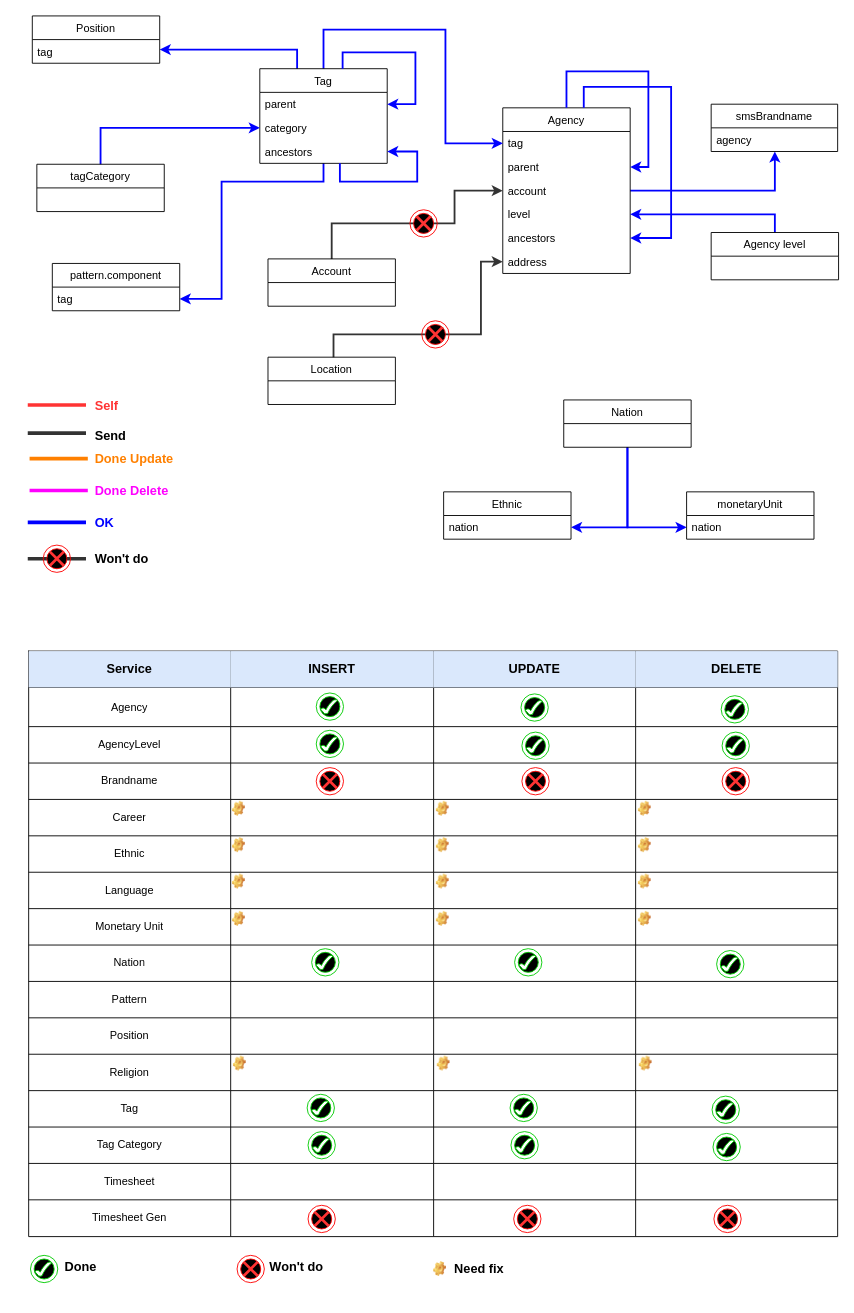
Before: directory.drawio in mitgaming/drawio, a draw.io diagram. Source tidied: cells renumbered, new cells numbered last; positions are measured from the earlier drawing's top-left corner, leaving out a move shared by most shapes. Both pictures are drawn from the tidied source at 91%, with x=0, y=0 at pixel (15, 15).
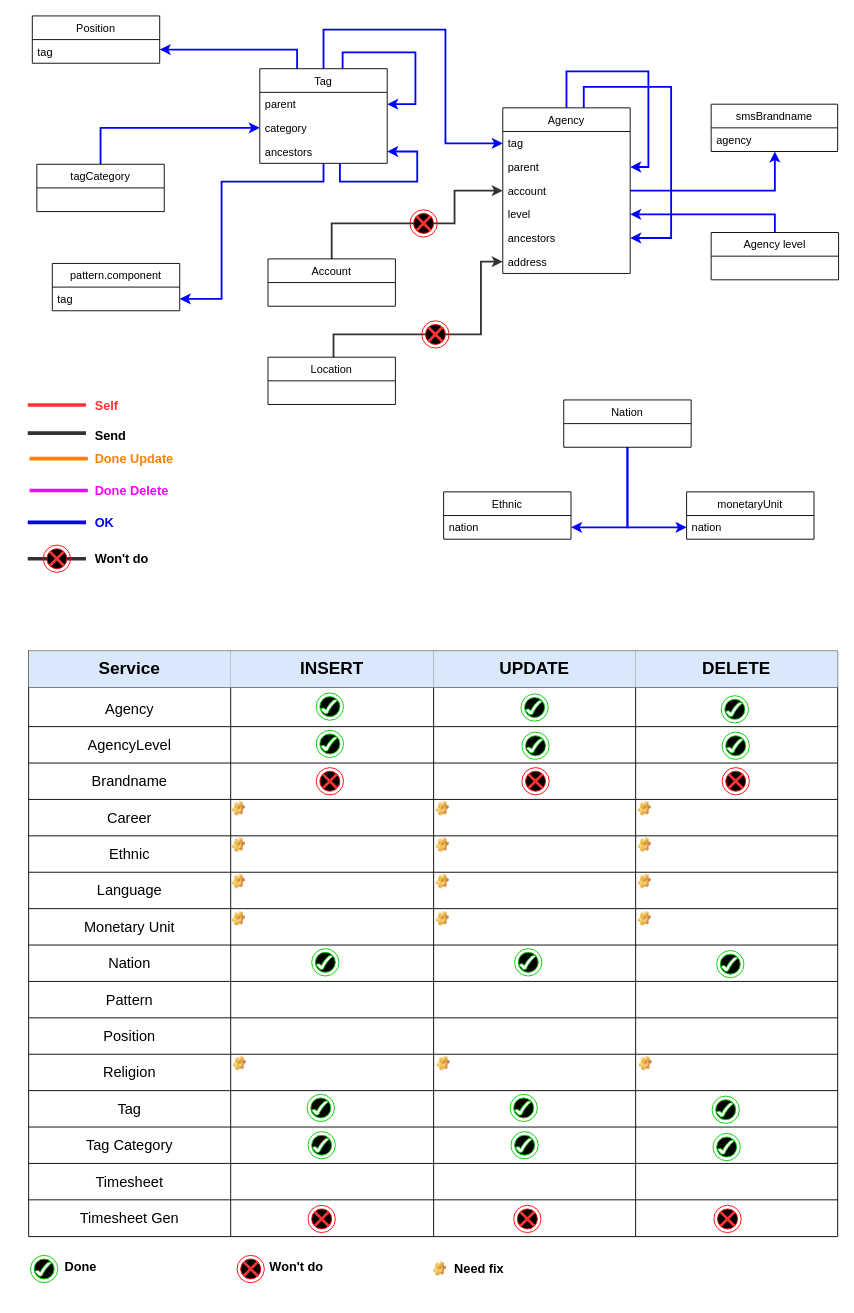
Above is the later version.

Commit message (it also covers changes not shown here):
Cập nhật directory.drawio

Unchanged cells that the change refers to:
```xml
<mxCell id="67" style="shape=partialRectangle;html=1;whiteSpace=wrap;fillColor=none;top=0;left=0;bottom=0;right=0;" parent="66" vertex="1">
  <mxGeometry width="889" height="40" as="geometry" />
</mxCell>
<mxCell id="72" style="shape=partialRectangle;html=1;whiteSpace=wrap;fillColor=none;top=0;left=0;bottom=0;right=0;" parent="66" vertex="1">
  <mxGeometry y="40" width="889" height="43" as="geometry" />
</mxCell>
<mxCell id="77" style="shape=partialRectangle;html=1;whiteSpace=wrap;fillColor=none;top=0;left=0;bottom=0;right=0;" parent="66" vertex="1">
  <mxGeometry y="83" width="889" height="40" as="geometry" />
</mxCell>
<mxCell id="82" style="shape=partialRectangle;html=1;whiteSpace=wrap;fillColor=none;top=0;left=0;bottom=0;right=0;" parent="66" vertex="1">
  <mxGeometry y="123" width="889" height="40" as="geometry" />
</mxCell>
<mxCell id="87" style="shape=partialRectangle;html=1;whiteSpace=wrap;fillColor=none;top=0;left=0;bottom=0;right=0;" parent="66" vertex="1">
  <mxGeometry y="163" width="889" height="40" as="geometry" />
</mxCell>
<mxCell id="92" style="shape=partialRectangle;html=1;whiteSpace=wrap;fillColor=none;top=0;left=0;bottom=0;right=0;" parent="66" vertex="1">
  <mxGeometry y="203" width="889" height="40" as="geometry" />
</mxCell>
<mxCell id="97" style="shape=partialRectangle;html=1;whiteSpace=wrap;fillColor=none;top=0;left=0;bottom=0;right=0;" parent="66" vertex="1">
  <mxGeometry y="243" width="889" height="40" as="geometry" />
</mxCell>
<mxCell id="102" style="shape=partialRectangle;html=1;whiteSpace=wrap;fillColor=none;top=0;left=0;bottom=0;right=0;" parent="66" vertex="1">
  <mxGeometry y="283" width="889" height="40" as="geometry" />
</mxCell>
<mxCell id="107" style="shape=partialRectangle;html=1;whiteSpace=wrap;fillColor=none;top=0;left=0;bottom=0;right=0;" parent="66" vertex="1">
  <mxGeometry y="323" width="889" height="40" as="geometry" />
</mxCell>
<mxCell id="112" style="shape=partialRectangle;html=1;whiteSpace=wrap;fillColor=none;top=0;left=0;bottom=0;right=0;" parent="66" vertex="1">
  <mxGeometry y="363" width="889" height="40" as="geometry" />
</mxCell>
<mxCell id="117" style="shape=partialRectangle;html=1;whiteSpace=wrap;fillColor=none;top=0;left=0;bottom=0;right=0;" parent="66" vertex="1">
  <mxGeometry y="403" width="889" height="40" as="geometry" />
</mxCell>
<mxCell id="122" style="shape=partialRectangle;html=1;whiteSpace=wrap;fillColor=none;top=0;left=0;bottom=0;right=0;" parent="66" vertex="1">
  <mxGeometry y="443" width="889" height="40" as="geometry" />
</mxCell>
<mxCell id="127" style="shape=partialRectangle;html=1;whiteSpace=wrap;fillColor=none;top=0;left=0;bottom=0;right=0;" parent="66" vertex="1">
  <mxGeometry y="483" width="889" height="40" as="geometry" />
</mxCell>
<mxCell id="132" style="shape=partialRectangle;html=1;whiteSpace=wrap;fillColor=none;top=0;left=0;bottom=0;right=0;" parent="66" vertex="1">
  <mxGeometry y="523" width="889" height="40" as="geometry" />
</mxCell>
<mxCell id="137" style="shape=partialRectangle;html=1;whiteSpace=wrap;fillColor=none;top=0;left=0;bottom=0;right=0;" parent="66" vertex="1">
  <mxGeometry y="563" width="889" height="40" as="geometry" />
</mxCell>
<mxCell id="142" style="shape=partialRectangle;html=1;whiteSpace=wrap;fillColor=none;top=0;left=0;bottom=0;right=0;" parent="66" vertex="1">
  <mxGeometry y="603" width="889" height="40" as="geometry" />
</mxCell>
```

The edit, as a diff of the source:
```diff
@@
-    <mxCell id="68" value="Service" style="shape=partialRectangle;html=1;whiteSpace=wrap;overflow=hidden;fillColor=#dae8fc;top=0;left=0;bottom=0;right=0;strokeColor=#6c8ebf;fontStyle=1;fontSize=14;" parent="67" vertex="1">
+    <mxCell id="68" value="Service" style="shape=partialRectangle;html=1;whiteSpace=wrap;overflow=hidden;fillColor=#dae8fc;top=0;left=0;bottom=0;right=0;strokeColor=#6c8ebf;fontStyle=1;fontSize=19;" parent="67" vertex="1">
       <mxGeometry width="222" height="40" as="geometry" />
     </mxCell>
-    <mxCell id="69" value="INSERT" style="shape=partialRectangle;html=1;whiteSpace=wrap;overflow=hidden;fillColor=#dae8fc;top=0;left=0;bottom=0;right=0;strokeColor=#6c8ebf;fontSize=14;fontStyle=1;" parent="67" vertex="1">
+    <mxCell id="69" value="INSERT" style="shape=partialRectangle;html=1;whiteSpace=wrap;overflow=hidden;fillColor=#dae8fc;top=0;left=0;bottom=0;right=0;strokeColor=#6c8ebf;fontSize=19;fontStyle=1;" parent="67" vertex="1">
       <mxGeometry x="222" width="223" height="40" as="geometry" />
     </mxCell>
-    <mxCell id="70" value="UPDATE" style="shape=partialRectangle;html=1;whiteSpace=wrap;overflow=hidden;fillColor=#dae8fc;top=0;left=0;bottom=0;right=0;strokeColor=#6c8ebf;fontStyle=1;fontSize=14;" parent="67" vertex="1">
+    <mxCell id="70" value="UPDATE" style="shape=partialRectangle;html=1;whiteSpace=wrap;overflow=hidden;fillColor=#dae8fc;top=0;left=0;bottom=0;right=0;strokeColor=#6c8ebf;fontStyle=1;fontSize=19;" parent="67" vertex="1">
       <mxGeometry x="445" width="222" height="40" as="geometry" />
     </mxCell>
-    <mxCell id="71" value="DELETE" style="shape=partialRectangle;html=1;whiteSpace=wrap;overflow=hidden;fillColor=#dae8fc;top=0;left=0;bottom=0;right=0;strokeColor=#6c8ebf;fontSize=14;fontStyle=1;" parent="67" vertex="1">
+    <mxCell id="71" value="DELETE" style="shape=partialRectangle;html=1;whiteSpace=wrap;overflow=hidden;fillColor=#dae8fc;top=0;left=0;bottom=0;right=0;strokeColor=#6c8ebf;fontSize=19;fontStyle=1;" parent="67" vertex="1">
       <mxGeometry x="667" width="222" height="40" as="geometry" />
     </mxCell>
@@
-    <mxCell id="73" value="Agency" style="shape=partialRectangle;html=1;whiteSpace=wrap;overflow=hidden;fillColor=none;top=0;left=0;bottom=0;right=0;" parent="72" vertex="1">
+    <mxCell id="73" value="&lt;p&gt;&lt;font style=&quot;font-size: 16px&quot;&gt;Agency&lt;/font&gt;&lt;/p&gt;" style="shape=partialRectangle;html=1;whiteSpace=wrap;overflow=hidden;fillColor=none;top=0;left=0;bottom=0;right=0;" parent="72" vertex="1">
       <mxGeometry width="222" height="43" as="geometry" />
     </mxCell>
@@
-    <mxCell id="78" value="AgencyLevel" style="shape=partialRectangle;html=1;whiteSpace=wrap;overflow=hidden;fillColor=none;top=0;left=0;bottom=0;right=0;" parent="77" vertex="1">
+    <mxCell id="78" value="AgencyLevel" style="shape=partialRectangle;html=1;whiteSpace=wrap;overflow=hidden;fillColor=none;top=0;left=0;bottom=0;right=0;fontSize=16;fontStyle=0;" parent="77" vertex="1">
       <mxGeometry width="222" height="40" as="geometry" />
     </mxCell>
@@
-    <mxCell id="83" value="Brandname" style="shape=partialRectangle;html=1;whiteSpace=wrap;overflow=hidden;fillColor=none;top=0;left=0;bottom=0;right=0;" parent="82" vertex="1">
+    <mxCell id="83" value="Brandname" style="shape=partialRectangle;html=1;whiteSpace=wrap;overflow=hidden;fillColor=none;top=0;left=0;bottom=0;right=0;fontSize=16;fontStyle=0;" parent="82" vertex="1">
       <mxGeometry width="222" height="40" as="geometry" />
     </mxCell>
@@
-    <mxCell id="88" value="Career" style="shape=partialRectangle;html=1;whiteSpace=wrap;overflow=hidden;fillColor=none;top=0;left=0;bottom=0;right=0;" parent="87" vertex="1">
+    <mxCell id="88" value="Career" style="shape=partialRectangle;html=1;whiteSpace=wrap;overflow=hidden;fillColor=none;top=0;left=0;bottom=0;right=0;fontSize=16;fontStyle=0;" parent="87" vertex="1">
       <mxGeometry width="222" height="40" as="geometry" />
     </mxCell>
@@
-    <mxCell id="93" value="Ethnic" style="shape=partialRectangle;html=1;whiteSpace=wrap;overflow=hidden;fillColor=none;top=0;left=0;bottom=0;right=0;" parent="92" vertex="1">
+    <mxCell id="93" value="Ethnic" style="shape=partialRectangle;html=1;whiteSpace=wrap;overflow=hidden;fillColor=none;top=0;left=0;bottom=0;right=0;fontSize=16;fontStyle=0;" parent="92" vertex="1">
       <mxGeometry width="222" height="40" as="geometry" />
     </mxCell>
@@
-    <mxCell id="98" value="Language" style="shape=partialRectangle;html=1;whiteSpace=wrap;overflow=hidden;fillColor=none;top=0;left=0;bottom=0;right=0;" parent="97" vertex="1">
+    <mxCell id="98" value="Language" style="shape=partialRectangle;html=1;whiteSpace=wrap;overflow=hidden;fillColor=none;top=0;left=0;bottom=0;right=0;fontSize=16;fontStyle=0;" parent="97" vertex="1">
       <mxGeometry width="222" height="40" as="geometry" />
     </mxCell>
@@
-    <mxCell id="103" value="Monetary Unit" style="shape=partialRectangle;html=1;whiteSpace=wrap;overflow=hidden;fillColor=none;top=0;left=0;bottom=0;right=0;" parent="102" vertex="1">
+    <mxCell id="103" value="Monetary Unit" style="shape=partialRectangle;html=1;whiteSpace=wrap;overflow=hidden;fillColor=none;top=0;left=0;bottom=0;right=0;fontSize=16;fontStyle=0;" parent="102" vertex="1">
       <mxGeometry width="222" height="40" as="geometry" />
     </mxCell>
@@
-    <mxCell id="108" value="Nation" style="shape=partialRectangle;html=1;whiteSpace=wrap;overflow=hidden;fillColor=none;top=0;left=0;bottom=0;right=0;" parent="107" vertex="1">
+    <mxCell id="108" value="Nation" style="shape=partialRectangle;html=1;whiteSpace=wrap;overflow=hidden;fillColor=none;top=0;left=0;bottom=0;right=0;fontSize=16;fontStyle=0;" parent="107" vertex="1">
       <mxGeometry width="222" height="40" as="geometry" />
     </mxCell>
@@
-    <mxCell id="113" value="Pattern" style="shape=partialRectangle;html=1;whiteSpace=wrap;overflow=hidden;fillColor=none;top=0;left=0;bottom=0;right=0;" parent="112" vertex="1">
+    <mxCell id="113" value="Pattern" style="shape=partialRectangle;html=1;whiteSpace=wrap;overflow=hidden;fillColor=none;top=0;left=0;bottom=0;right=0;fontSize=16;fontStyle=0;" parent="112" vertex="1">
       <mxGeometry width="222" height="40" as="geometry" />
     </mxCell>
@@
-    <mxCell id="118" value="Position" style="shape=partialRectangle;html=1;whiteSpace=wrap;overflow=hidden;fillColor=none;top=0;left=0;bottom=0;right=0;" parent="117" vertex="1">
+    <mxCell id="118" value="Position" style="shape=partialRectangle;html=1;whiteSpace=wrap;overflow=hidden;fillColor=none;top=0;left=0;bottom=0;right=0;fontSize=16;fontStyle=0;" parent="117" vertex="1">
       <mxGeometry width="222" height="40" as="geometry" />
     </mxCell>
@@
-    <mxCell id="123" value="Religion" style="shape=partialRectangle;html=1;whiteSpace=wrap;overflow=hidden;fillColor=none;top=0;left=0;bottom=0;right=0;" parent="122" vertex="1">
+    <mxCell id="123" value="Religion" style="shape=partialRectangle;html=1;whiteSpace=wrap;overflow=hidden;fillColor=none;top=0;left=0;bottom=0;right=0;fontSize=16;fontStyle=0;" parent="122" vertex="1">
       <mxGeometry width="222" height="40" as="geometry" />
     </mxCell>
@@
-    <mxCell id="128" value="Tag" style="shape=partialRectangle;html=1;whiteSpace=wrap;overflow=hidden;fillColor=none;top=0;left=0;bottom=0;right=0;" parent="127" vertex="1">
+    <mxCell id="128" value="Tag" style="shape=partialRectangle;html=1;whiteSpace=wrap;overflow=hidden;fillColor=none;top=0;left=0;bottom=0;right=0;fontSize=16;fontStyle=0;" parent="127" vertex="1">
       <mxGeometry width="222" height="40" as="geometry" />
     </mxCell>
@@
-    <mxCell id="133" value="Tag Category" style="shape=partialRectangle;html=1;whiteSpace=wrap;overflow=hidden;fillColor=none;top=0;left=0;bottom=0;right=0;" parent="132" vertex="1">
+    <mxCell id="133" value="Tag Category" style="shape=partialRectangle;html=1;whiteSpace=wrap;overflow=hidden;fillColor=none;top=0;left=0;bottom=0;right=0;fontSize=16;fontStyle=0;" parent="132" vertex="1">
       <mxGeometry width="222" height="40" as="geometry" />
     </mxCell>
@@
-    <mxCell id="138" value="Timesheet" style="shape=partialRectangle;html=1;whiteSpace=wrap;overflow=hidden;fillColor=none;top=0;left=0;bottom=0;right=0;" parent="137" vertex="1">
+    <mxCell id="138" value="Timesheet" style="shape=partialRectangle;html=1;whiteSpace=wrap;overflow=hidden;fillColor=none;top=0;left=0;bottom=0;right=0;fontSize=16;fontStyle=0;" parent="137" vertex="1">
       <mxGeometry width="222" height="40" as="geometry" />
     </mxCell>
@@
-    <mxCell id="143" value="Timesheet Gen" style="shape=partialRectangle;html=1;whiteSpace=wrap;overflow=hidden;fillColor=none;top=0;left=0;bottom=0;right=0;" parent="142" vertex="1">
+    <mxCell id="143" value="Timesheet Gen" style="shape=partialRectangle;html=1;whiteSpace=wrap;overflow=hidden;fillColor=none;top=0;left=0;bottom=0;right=0;fontSize=16;fontStyle=0;" parent="142" vertex="1">
       <mxGeometry width="222" height="40" as="geometry" />
     </mxCell>
```
